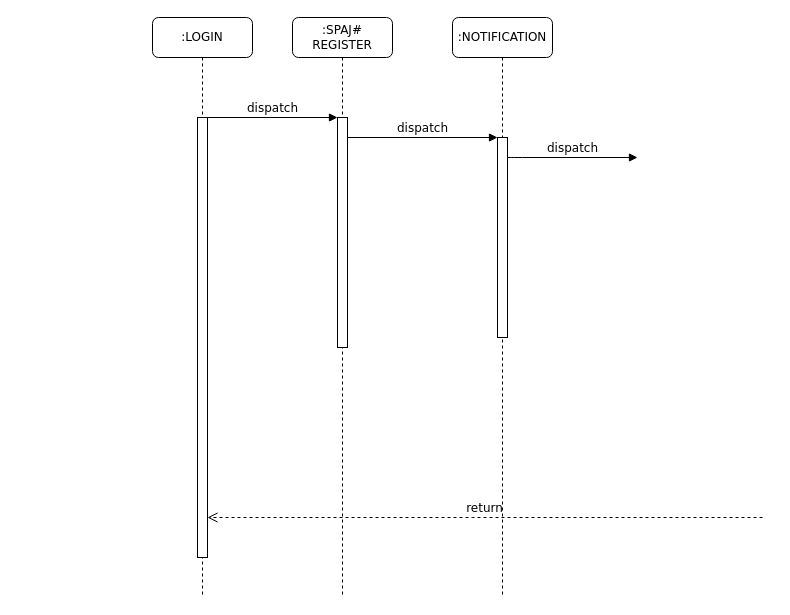
This is ITDEV/Untitled Diagram.drawio from gustianom/hanwhaiso, a draw.io file, before an edit. Source tidied: cells renumbered, new cells numbered last; positions are measured from the earlier drawing's top-left corner, leaving out a move shared by most shapes. Both pictures are drawn from the tidied source at 100%, with x=0, y=0 at pixel (152, 17).
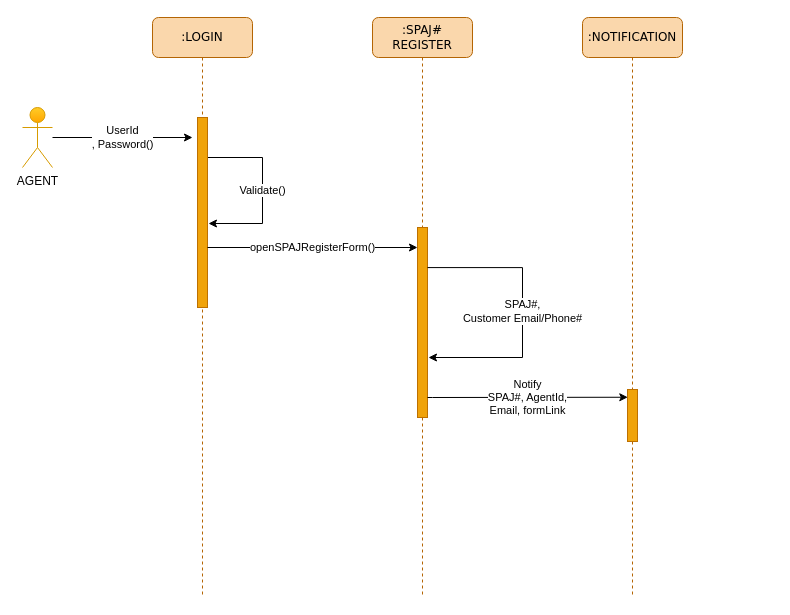
Above is the later version.

Diff of the diagram source:
```diff
@@
-    <mxCell id="2" value=":SPAJ# REGISTER" style="shape=umlLifeline;perimeter=lifelinePerimeter;whiteSpace=wrap;html=1;rounded=1;shadow=0;comic=0;labelBackgroundColor=none;strokeWidth=1;fontFamily=Verdana;fontSize=12;align=center;" parent="1" vertex="1">
-      <mxGeometry x="140" width="100" height="580" as="geometry" />
+    <mxCell id="2" value=":SPAJ# REGISTER" style="shape=umlLifeline;perimeter=lifelinePerimeter;whiteSpace=wrap;html=1;rounded=1;shadow=0;comic=0;labelBackgroundColor=none;strokeWidth=1;fontFamily=Verdana;fontSize=12;align=center;fillColor=#fad7ac;strokeColor=#b46504;" parent="1" vertex="1">
+      <mxGeometry x="220" width="100" height="580" as="geometry" />
     </mxCell>
-    <mxCell id="3" style="html=1;points=[];perimeter=orthogonalPerimeter;rounded=0;shadow=0;comic=0;labelBackgroundColor=none;strokeWidth=1;fontFamily=Verdana;fontSize=12;align=center;" parent="2" vertex="1">
-      <mxGeometry x="45" y="100" width="10" height="230" as="geometry" />
-    </mxCell>
+    <mxCell id="12" style="html=1;points=[];perimeter=orthogonalPerimeter;rounded=0;shadow=0;comic=0;labelBackgroundColor=none;strokeWidth=1;fontFamily=Verdana;fontSize=12;align=center;fillColor=#f0a30a;strokeColor=#BD7000;fontColor=#ffffff;" parent="2" vertex="1">
+      <mxGeometry x="45" y="210" width="10" height="190" as="geometry" />
+    </mxCell>
+    <mxCell id="13" value="&lt;div&gt;SPAJ#, &lt;br&gt;&lt;/div&gt;&lt;div&gt;Customer Email/Phone#&lt;br&gt;&lt;/div&gt;" style="edgeStyle=orthogonalEdgeStyle;rounded=0;jettySize=auto;html=1;exitX=1;exitY=0.211;exitDx=0;exitDy=0;exitPerimeter=0;" parent="2" edge="1" source="12">
+      <mxGeometry relative="1" as="geometry">
+        <mxPoint x="56" y="340" as="targetPoint" />
+        <Array as="points">
+          <mxPoint x="150" y="250" />
+          <mxPoint x="150" y="340" />
+          <mxPoint x="56" y="340" />
+        </Array>
+      </mxGeometry>
+    </mxCell>
-    <mxCell id="4" value=":NOTIFICATION" style="shape=umlLifeline;perimeter=lifelinePerimeter;whiteSpace=wrap;html=1;rounded=1;shadow=0;comic=0;labelBackgroundColor=none;strokeWidth=1;fontFamily=Verdana;fontSize=12;align=center;" parent="1" vertex="1">
-      <mxGeometry x="300" width="100" height="580" as="geometry" />
+    <mxCell id="4" value=":NOTIFICATION" style="shape=umlLifeline;perimeter=lifelinePerimeter;whiteSpace=wrap;html=1;rounded=1;shadow=0;comic=0;labelBackgroundColor=none;strokeWidth=1;fontFamily=Verdana;fontSize=12;align=center;fillColor=#fad7ac;strokeColor=#b46504;" parent="1" vertex="1">
+      <mxGeometry x="430" width="100" height="580" as="geometry" />
     </mxCell>
-    <mxCell id="5" style="html=1;points=[];perimeter=orthogonalPerimeter;rounded=0;shadow=0;comic=0;labelBackgroundColor=none;strokeWidth=1;fontFamily=Verdana;fontSize=12;align=center;" parent="4" vertex="1">
-      <mxGeometry x="45" y="120" width="10" height="200" as="geometry" />
-    </mxCell>
+    <mxCell id="14" style="html=1;points=[];perimeter=orthogonalPerimeter;rounded=0;shadow=0;comic=0;labelBackgroundColor=none;strokeWidth=1;fontFamily=Verdana;fontSize=12;align=center;fillColor=#f0a30a;strokeColor=#BD7000;fontColor=#ffffff;" parent="4" vertex="1">
+      <mxGeometry x="45" y="372" width="10" height="52" as="geometry" />
+    </mxCell>
-    <mxCell id="6" value=":LOGIN" style="shape=umlLifeline;perimeter=lifelinePerimeter;whiteSpace=wrap;html=1;rounded=1;shadow=0;comic=0;labelBackgroundColor=none;strokeWidth=1;fontFamily=Verdana;fontSize=12;align=center;" parent="1" vertex="1">
+    <mxCell id="6" value=":LOGIN" style="shape=umlLifeline;perimeter=lifelinePerimeter;whiteSpace=wrap;html=1;rounded=1;shadow=0;comic=0;labelBackgroundColor=none;strokeWidth=1;fontFamily=Verdana;fontSize=12;align=center;fillColor=#fad7ac;strokeColor=#b46504;" parent="1" vertex="1">
       <mxGeometry width="100" height="580" as="geometry" />
     </mxCell>
+    <mxCell id="15" value="Validate()" style="edgeStyle=orthogonalEdgeStyle;rounded=0;jettySize=auto;html=1;" parent="6" edge="1" source="7">
+      <mxGeometry relative="1" as="geometry">
+        <mxPoint x="56" y="206" as="targetPoint" />
+        <Array as="points">
+          <mxPoint x="110" y="140" />
+          <mxPoint x="110" y="206" />
+        </Array>
+      </mxGeometry>
+    </mxCell>
-    <mxCell id="7" style="html=1;points=[];perimeter=orthogonalPerimeter;rounded=0;shadow=0;comic=0;labelBackgroundColor=none;strokeWidth=1;fontFamily=Verdana;fontSize=12;align=center;" parent="6" vertex="1">
-      <mxGeometry x="45" y="100" width="10" height="440" as="geometry" />
+    <mxCell id="7" style="html=1;points=[];perimeter=orthogonalPerimeter;rounded=0;shadow=0;comic=0;labelBackgroundColor=none;strokeWidth=1;fontFamily=Verdana;fontSize=12;align=center;fillColor=#f0a30a;strokeColor=#BD7000;fontColor=#ffffff;" parent="6" vertex="1">
+      <mxGeometry x="45" y="100" width="10" height="190" as="geometry" />
     </mxCell>
-    <mxCell id="8" value="dispatch" style="html=1;verticalAlign=bottom;endArrow=block;labelBackgroundColor=none;fontFamily=Verdana;fontSize=12;edgeStyle=elbowEdgeStyle;elbow=vertical;" parent="1" edge="1" source="5">
-      <mxGeometry relative="1" as="geometry">
-        <mxPoint x="485" y="140" as="targetPoint" />
-        <Array as="points">
-          <mxPoint x="360" y="140" />
-        </Array>
-      </mxGeometry>
-    </mxCell>
-    <mxCell id="9" value="return" style="html=1;verticalAlign=bottom;endArrow=open;dashed=1;endSize=8;labelBackgroundColor=none;fontFamily=Verdana;fontSize=12;edgeStyle=elbowEdgeStyle;elbow=vertical;" parent="1" edge="1" target="7">
-      <mxGeometry relative="1" as="geometry">
-        <mxPoint x="610" y="500" as="sourcePoint" />
-        <Array as="points">
-          <mxPoint x="310" y="500" />
-        </Array>
-      </mxGeometry>
-    </mxCell>
-    <mxCell id="10" value="dispatch" style="html=1;verticalAlign=bottom;endArrow=block;entryX=0;entryY=0;labelBackgroundColor=none;fontFamily=Verdana;fontSize=12;edgeStyle=elbowEdgeStyle;elbow=vertical;" parent="1" edge="1" source="7" target="3">
-      <mxGeometry relative="1" as="geometry" />
-    </mxCell>
-    <mxCell id="11" value="dispatch" style="html=1;verticalAlign=bottom;endArrow=block;entryX=0;entryY=0;labelBackgroundColor=none;fontFamily=Verdana;fontSize=12;edgeStyle=elbowEdgeStyle;elbow=vertical;" parent="1" edge="1" source="3" target="5">
-      <mxGeometry relative="1" as="geometry" />
-    </mxCell>
+    <mxCell id="16" value="&lt;div&gt;UserId&lt;/div&gt;&lt;div&gt;, Password()&lt;/div&gt;" style="edgeStyle=orthogonalEdgeStyle;rounded=0;jettySize=auto;html=1;" parent="1" edge="1" source="17">
+      <mxGeometry relative="1" as="geometry">
+        <mxPoint x="40" y="120" as="targetPoint" />
+      </mxGeometry>
+    </mxCell>
+    <mxCell id="17" value="AGENT" style="shape=umlActor;verticalLabelPosition=bottom;labelBackgroundColor=#ffffff;verticalAlign=top;html=1;outlineConnect=0;fillColor=#ffcd28;strokeColor=#d79b00;gradientColor=#ffa500;" parent="1" vertex="1">
+      <mxGeometry x="-130" y="90" width="30" height="60" as="geometry" />
+    </mxCell>
+    <mxCell id="18" value="openSPAJRegisterForm()" style="edgeStyle=orthogonalEdgeStyle;rounded=0;jettySize=auto;html=1;" parent="1" edge="1" source="7" target="12">
+      <mxGeometry relative="1" as="geometry">
+        <Array as="points">
+          <mxPoint x="220" y="230" />
+          <mxPoint x="220" y="230" />
+        </Array>
+      </mxGeometry>
+    </mxCell>
+    <mxCell id="19" value="&lt;div&gt;Notify&lt;/div&gt;&lt;div&gt;SPAJ#, AgentId, &lt;br&gt;&lt;/div&gt;&lt;div&gt;Email, formLink&lt;br&gt;&lt;/div&gt;" style="edgeStyle=elbowEdgeStyle;rounded=0;jettySize=auto;html=1;entryX=0.029;entryY=0.149;entryDx=0;entryDy=0;entryPerimeter=0;" parent="1" edge="1" source="12" target="14">
+      <mxGeometry relative="1" as="geometry">
+        <Array as="points">
+          <mxPoint x="280" y="380" />
+          <mxPoint x="300" y="380" />
+        </Array>
+      </mxGeometry>
+    </mxCell>
```
